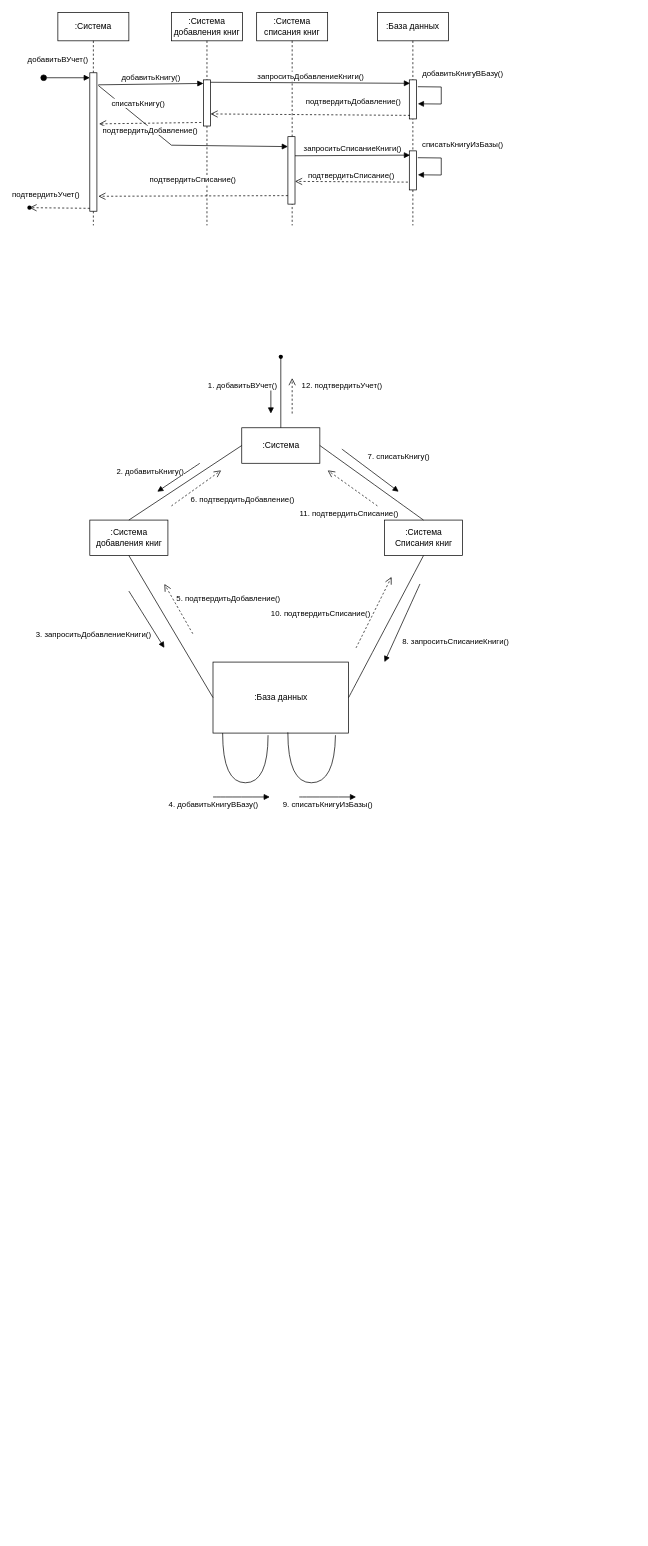
This is Четвертая практика.drawio from sergkhr/VUZsystemModeling, a draw.io file, before an edit. Source tidied: cells renumbered, new cells numbered last; positions are measured from the earlier drawing's top-left corner, leaving out a move shared by most shapes. Both pictures are drawn from the tidied source at 71%, with x=0, y=0 at pixel (15, 12).
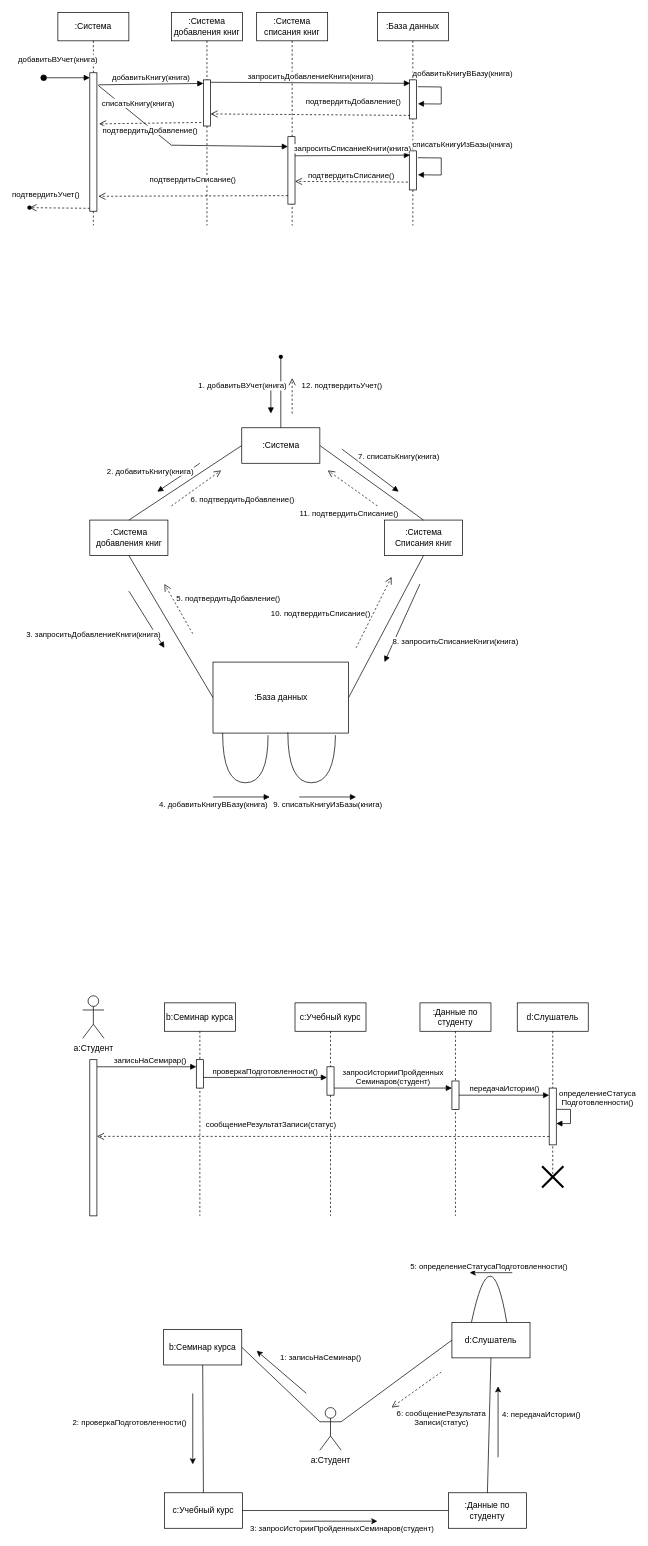
The same page after the edit.

The change refers to these unchanged cells:
```xml
<mxCell id="3" style="html=1;points=[];perimeter=orthogonalPerimeter;" parent="2" vertex="1">
  <mxGeometry x="45" y="85" width="10" height="195" as="geometry" />
</mxCell>
<mxCell id="6" style="html=1;points=[];perimeter=orthogonalPerimeter;" parent="5" vertex="1">
  <mxGeometry x="45" y="95" width="10" height="65" as="geometry" />
</mxCell>
<mxCell id="7" value=":Система списания книг" style="shape=umlLifeline;perimeter=lifelinePerimeter;whiteSpace=wrap;html=1;outlineConnect=0;" parent="1" vertex="1">
  <mxGeometry x="340" width="100" height="300" as="geometry" />
</mxCell>
<mxCell id="8" style="html=1;points=[];perimeter=orthogonalPerimeter;" parent="7" vertex="1">
  <mxGeometry x="44" y="175" width="10" height="95" as="geometry" />
</mxCell>
<mxCell id="11" value=":База данных" style="shape=umlLifeline;perimeter=lifelinePerimeter;whiteSpace=wrap;html=1;" parent="1" vertex="1">
  <mxGeometry x="510" width="100" height="300" as="geometry" />
</mxCell>
<mxCell id="12" style="html=1;points=[];perimeter=orthogonalPerimeter;" parent="11" vertex="1">
  <mxGeometry x="45" y="95" width="10" height="55" as="geometry" />
</mxCell>
<mxCell id="14" style="html=1;points=[];perimeter=orthogonalPerimeter;" parent="11" vertex="1">
  <mxGeometry x="45" y="195" width="10" height="55" as="geometry" />
</mxCell>
```

The edit, as a diff of the source:
```diff
@@
-    <mxCell id="4" value="добавитьВУчет()" style="html=1;verticalAlign=bottom;startArrow=oval;startFill=1;endArrow=block;startSize=8;rounded=0;entryX=0;entryY=0.036;entryDx=0;entryDy=0;entryPerimeter=0;" parent="1" edge="1" target="3">
+    <mxCell id="4" value="добавитьВУчет(книга)" style="html=1;verticalAlign=bottom;startArrow=oval;startFill=1;endArrow=block;startSize=8;rounded=0;entryX=0;entryY=0.036;entryDx=0;entryDy=0;entryPerimeter=0;" parent="1" edge="1" target="3">
       <mxGeometry x="-0.38" y="17" relative="1" as="geometry">
         <mxPoint x="40" y="92" as="sourcePoint" />
       </mxGeometry>
     </mxCell>
@@
-    <mxCell id="9" value="добавитьКнигу()" style="html=1;verticalAlign=bottom;endArrow=block;rounded=0;exitX=1.2;exitY=0.087;exitDx=0;exitDy=0;exitPerimeter=0;entryX=0;entryY=0.077;entryDx=0;entryDy=0;entryPerimeter=0;" parent="1" edge="1" source="3" target="6">
+    <mxCell id="9" value="добавитьКнигу(книга)" style="html=1;verticalAlign=bottom;endArrow=block;rounded=0;exitX=1.2;exitY=0.087;exitDx=0;exitDy=0;exitPerimeter=0;entryX=0;entryY=0.077;entryDx=0;entryDy=0;entryPerimeter=0;" parent="1" edge="1" source="3" target="6">
       <mxGeometry relative="1" as="geometry" />
     </mxCell>
-    <mxCell id="10" value="списатьКнигу()" style="html=1;verticalAlign=bottom;endArrow=block;rounded=0;entryX=0;entryY=0.147;entryDx=0;entryDy=0;entryPerimeter=0;exitX=1.2;exitY=0.092;exitDx=0;exitDy=0;exitPerimeter=0;" parent="1" edge="1" source="3" target="8">
+    <mxCell id="10" value="списатьКнигу(книга)" style="html=1;verticalAlign=bottom;endArrow=block;rounded=0;entryX=0;entryY=0.147;entryDx=0;entryDy=0;entryPerimeter=0;exitX=1.2;exitY=0.092;exitDx=0;exitDy=0;exitPerimeter=0;" parent="1" edge="1" source="3" target="8">
       <mxGeometry x="-0.56" y="9" relative="1" as="geometry">
         <Array as="points">
           <mxPoint x="220" y="187" />
         </Array>
       </mxGeometry>
     </mxCell>
@@
-    <mxCell id="13" value="добавитьКнигуВБазу()" style="html=1;verticalAlign=bottom;endArrow=block;rounded=0;exitX=1.2;exitY=0.175;exitDx=0;exitDy=0;exitPerimeter=0;entryX=1.2;entryY=0.613;entryDx=0;entryDy=0;entryPerimeter=0;" parent="11" edge="1" source="12" target="12">
+    <mxCell id="13" value="добавитьКнигуВБазу(книга)" style="html=1;verticalAlign=bottom;endArrow=block;rounded=0;exitX=1.2;exitY=0.175;exitDx=0;exitDy=0;exitPerimeter=0;entryX=1.2;entryY=0.613;entryDx=0;entryDy=0;entryPerimeter=0;" parent="11" edge="1" source="12" target="12">
       <mxGeometry x="-0.27" y="32" relative="1" as="geometry">
         <Array as="points">
           <mxPoint x="90" y="105" />
           <mxPoint x="90" y="129" />
         </Array>
         <mxPoint x="-2" y="-10" as="offset" />
       </mxGeometry>
     </mxCell>
@@
-    <mxCell id="15" value="списатьКнигуИзБазы()" style="html=1;verticalAlign=bottom;endArrow=block;rounded=0;exitX=1.2;exitY=0.175;exitDx=0;exitDy=0;exitPerimeter=0;entryX=1.2;entryY=0.613;entryDx=0;entryDy=0;entryPerimeter=0;" parent="11" edge="1" source="14" target="14">
+    <mxCell id="15" value="списатьКнигуИзБазы(книга)" style="html=1;verticalAlign=bottom;endArrow=block;rounded=0;exitX=1.2;exitY=0.175;exitDx=0;exitDy=0;exitPerimeter=0;entryX=1.2;entryY=0.613;entryDx=0;entryDy=0;entryPerimeter=0;" parent="11" edge="1" source="14" target="14">
       <mxGeometry x="-0.27" y="32" relative="1" as="geometry">
         <Array as="points">
           <mxPoint x="90" y="205" />
           <mxPoint x="90" y="229" />
         </Array>
         <mxPoint x="-2" y="-10" as="offset" />
       </mxGeometry>
     </mxCell>
-    <mxCell id="16" value="запроситьДобавлениеКниги()" style="html=1;verticalAlign=bottom;endArrow=block;rounded=0;exitX=1;exitY=0.052;exitDx=0;exitDy=0;exitPerimeter=0;entryX=0.1;entryY=0.088;entryDx=0;entryDy=0;entryPerimeter=0;" parent="1" edge="1" source="6" target="12">
+    <mxCell id="16" value="запроситьДобавлениеКниги(книга)" style="html=1;verticalAlign=bottom;endArrow=block;rounded=0;exitX=1;exitY=0.052;exitDx=0;exitDy=0;exitPerimeter=0;entryX=0.1;entryY=0.088;entryDx=0;entryDy=0;entryPerimeter=0;" parent="1" edge="1" source="6" target="12">
       <mxGeometry relative="1" as="geometry" />
     </mxCell>
@@
-    <mxCell id="18" value="запроситьСписаниеКниги()" style="html=1;verticalAlign=bottom;endArrow=block;rounded=0;entryX=0.1;entryY=0.109;entryDx=0;entryDy=0;entryPerimeter=0;exitX=0.54;exitY=0.673;exitDx=0;exitDy=0;exitPerimeter=0;" parent="1" edge="1" source="7" target="14">
+    <mxCell id="18" value="запроситьСписаниеКниги(книга)" style="html=1;verticalAlign=bottom;endArrow=block;rounded=0;entryX=0.1;entryY=0.109;entryDx=0;entryDy=0;entryPerimeter=0;exitX=0.54;exitY=0.673;exitDx=0;exitDy=0;exitPerimeter=0;" parent="1" edge="1" source="7" target="14">
       <mxGeometry relative="1" as="geometry" />
     </mxCell>
@@
-    <mxCell id="27" value="1. добавитьВУчет()" style="html=1;verticalAlign=bottom;endArrow=block;rounded=0;" parent="1" edge="1">
+    <mxCell id="27" value="1. добавитьВУчет(книга)" style="html=1;verticalAlign=bottom;endArrow=block;rounded=0;" parent="1" edge="1">
       <mxGeometry x="-0.5" y="-40" relative="1" as="geometry">
         <mxPoint x="360" y="525" as="sourcePoint" />
         <mxPoint x="360" y="565" as="targetPoint" />
       </mxGeometry>
     </mxCell>
@@
-    <mxCell id="38" value="2. добавитьКнигу()" style="html=1;verticalAlign=bottom;endArrow=block;rounded=0;curved=1;" parent="1" edge="1">
+    <mxCell id="38" value="2. добавитьКнигу(книга)" style="html=1;verticalAlign=bottom;endArrow=block;rounded=0;curved=1;" parent="1" edge="1">
       <mxGeometry x="0.92" y="-22" relative="1" as="geometry">
         <mxPoint x="260" y="635" as="sourcePoint" />
         <mxPoint x="200" y="675" as="targetPoint" />
       </mxGeometry>
     </mxCell>
-    <mxCell id="39" value="3. запроситьДобавлениеКниги()" style="html=1;verticalAlign=bottom;endArrow=block;rounded=0;curved=1;" parent="1" edge="1">
+    <mxCell id="39" value="3. запроситьДобавлениеКниги(книга)" style="html=1;verticalAlign=bottom;endArrow=block;rounded=0;curved=1;" parent="1" edge="1">
       <mxGeometry x="-0.3" y="-79" relative="1" as="geometry">
         <mxPoint x="160" y="815" as="sourcePoint" />
         <mxPoint x="210" y="895" as="targetPoint" />
       </mxGeometry>
     </mxCell>
-    <mxCell id="40" value="4. добавитьКнигуВБазу()" style="html=1;verticalAlign=bottom;endArrow=block;rounded=0;curved=1;" parent="1" edge="1">
+    <mxCell id="40" value="4. добавитьКнигуВБазу(книга)" style="html=1;verticalAlign=bottom;endArrow=block;rounded=0;curved=1;" parent="1" edge="1">
       <mxGeometry x="-1" y="-20" relative="1" as="geometry">
         <mxPoint x="278.5" y="1105" as="sourcePoint" />
         <mxPoint x="358.5" y="1105" as="targetPoint" />
       </mxGeometry>
     </mxCell>
@@
-    <mxCell id="43" value="7. списатьКнигу()" style="html=1;verticalAlign=bottom;endArrow=block;rounded=0;curved=1;" parent="1" edge="1">
+    <mxCell id="43" value="7. списатьКнигу(книга)" style="html=1;verticalAlign=bottom;endArrow=block;rounded=0;curved=1;" parent="1" edge="1">
       <mxGeometry x="0.52" y="32" relative="1" as="geometry">
         <mxPoint x="460" y="615" as="sourcePoint" />
         <mxPoint x="540" y="675" as="targetPoint" />
       </mxGeometry>
     </mxCell>
-    <mxCell id="44" value="8. запроситьСписаниеКниги()" style="html=1;verticalAlign=bottom;endArrow=block;rounded=0;curved=1;" parent="1" edge="1">
+    <mxCell id="44" value="8. запроситьСписаниеКниги(книга)" style="html=1;verticalAlign=bottom;endArrow=block;rounded=0;curved=1;" parent="1" edge="1">
       <mxGeometry x="0.01" y="83" relative="1" as="geometry">
         <mxPoint x="570" y="805" as="sourcePoint" />
         <mxPoint x="520" y="915" as="targetPoint" />
       </mxGeometry>
     </mxCell>
-    <mxCell id="45" value="9. списатьКнигуИзБазы()" style="html=1;verticalAlign=bottom;endArrow=block;rounded=0;curved=1;" parent="1" edge="1">
+    <mxCell id="45" value="9. списатьКнигуИзБазы(книга)" style="html=1;verticalAlign=bottom;endArrow=block;rounded=0;curved=1;" parent="1" edge="1">
       <mxGeometry y="-20" relative="1" as="geometry">
         <mxPoint x="400" y="1105" as="sourcePoint" />
         <mxPoint x="480" y="1105" as="targetPoint" />
       </mxGeometry>
     </mxCell>
@@
+    <mxCell id="48" value="а:Студент" style="shape=umlActor;verticalLabelPosition=bottom;verticalAlign=top;html=1;" parent="1" vertex="1">
+      <mxGeometry x="95" y="1385" width="30" height="60" as="geometry" />
+    </mxCell>
+    <mxCell id="49" style="endArrow=none;dashed=1;html=1;rounded=0;" parent="1" edge="1">
+      <mxGeometry relative="1" as="geometry">
+        <mxPoint x="110" y="1695" as="sourcePoint" />
+        <mxPoint x="110" y="1475" as="targetPoint" />
+      </mxGeometry>
+    </mxCell>
+    <mxCell id="50" style="html=1;perimeter=orthogonalPerimeter;targetShapes=umlLifeline;newEdgeStyle={&quot;edgeStyle&quot;:&quot;elbowEdgeStyle&quot;,&quot;elbow&quot;:&quot;vertical&quot;,&quot;curved&quot;:0,&quot;rounded&quot;:0};" parent="1" vertex="1">
+      <mxGeometry x="105" y="1475" width="10" height="220" as="geometry" />
+    </mxCell>
+    <mxCell id="51" value="b:Семинар курса" style="shape=umlLifeline;perimeter=lifelinePerimeter;whiteSpace=wrap;html=1;newEdgeStyle={&quot;edgeStyle&quot;:&quot;elbowEdgeStyle&quot;,&quot;elbow&quot;:&quot;vertical&quot;,&quot;curved&quot;:0,&quot;rounded&quot;:0};" parent="1" vertex="1">
+      <mxGeometry x="210" y="1395" width="100" height="300" as="geometry" />
+    </mxCell>
+    <mxCell id="52" style="html=1;points=[];perimeter=orthogonalPerimeter;outlineConnect=0;targetShapes=umlLifeline;portConstraint=eastwest;newEdgeStyle={&quot;edgeStyle&quot;:&quot;elbowEdgeStyle&quot;,&quot;elbow&quot;:&quot;vertical&quot;,&quot;curved&quot;:0,&quot;rounded&quot;:0};" parent="51" vertex="1">
+      <mxGeometry x="45" y="80" width="10" height="40" as="geometry" />
+    </mxCell>
+    <mxCell id="53" value="записьНаСемирар()" style="html=1;verticalAlign=bottom;endArrow=block;edgeStyle=elbowEdgeStyle;elbow=vertical;curved=0;rounded=0;" parent="1" edge="1" target="52">
+      <mxGeometry x="0.07" relative="1" as="geometry">
+        <mxPoint x="115" y="1485" as="sourcePoint" />
+        <Array as="points">
+          <mxPoint x="180" y="1485" />
+        </Array>
+      </mxGeometry>
+    </mxCell>
+    <mxCell id="54" value="с:Учебный курс" style="shape=umlLifeline;perimeter=lifelinePerimeter;whiteSpace=wrap;html=1;newEdgeStyle={&quot;edgeStyle&quot;:&quot;elbowEdgeStyle&quot;,&quot;elbow&quot;:&quot;vertical&quot;,&quot;curved&quot;:0,&quot;rounded&quot;:0};" parent="1" vertex="1">
+      <mxGeometry x="394" y="1395" width="100" height="300" as="geometry" />
+    </mxCell>
+    <mxCell id="55" style="html=1;points=[];perimeter=orthogonalPerimeter;outlineConnect=0;targetShapes=umlLifeline;portConstraint=eastwest;newEdgeStyle={&quot;edgeStyle&quot;:&quot;elbowEdgeStyle&quot;,&quot;elbow&quot;:&quot;vertical&quot;,&quot;curved&quot;:0,&quot;rounded&quot;:0};" parent="54" vertex="1">
+      <mxGeometry x="45" y="90" width="10" height="40" as="geometry" />
+    </mxCell>
+    <mxCell id="56" value="проверкаПодготовленности()" style="html=1;verticalAlign=bottom;endArrow=block;edgeStyle=elbowEdgeStyle;elbow=vertical;curved=0;rounded=0;" parent="1" edge="1" source="52" target="55">
+      <mxGeometry relative="1" as="geometry" />
+    </mxCell>
+    <mxCell id="57" value=":Данные по студенту" style="shape=umlLifeline;perimeter=lifelinePerimeter;whiteSpace=wrap;html=1;newEdgeStyle={&quot;edgeStyle&quot;:&quot;elbowEdgeStyle&quot;,&quot;elbow&quot;:&quot;vertical&quot;,&quot;curved&quot;:0,&quot;rounded&quot;:0};" parent="1" vertex="1">
+      <mxGeometry x="570" y="1395" width="100" height="300" as="geometry" />
+    </mxCell>
+    <mxCell id="58" style="html=1;points=[];perimeter=orthogonalPerimeter;outlineConnect=0;targetShapes=umlLifeline;portConstraint=eastwest;newEdgeStyle={&quot;edgeStyle&quot;:&quot;elbowEdgeStyle&quot;,&quot;elbow&quot;:&quot;vertical&quot;,&quot;curved&quot;:0,&quot;rounded&quot;:0};" parent="57" vertex="1">
+      <mxGeometry x="45" y="110" width="10" height="40" as="geometry" />
+    </mxCell>
+    <mxCell id="59" value="запросИсторииПройденных&lt;br&gt;Семинаров(студент)" style="html=1;verticalAlign=bottom;endArrow=block;edgeStyle=elbowEdgeStyle;elbow=vertical;curved=0;rounded=0;" parent="1" edge="1" source="55" target="58">
+      <mxGeometry relative="1" as="geometry" />
+    </mxCell>
+    <mxCell id="60" value="d:Слушатель" style="shape=umlLifeline;perimeter=lifelinePerimeter;whiteSpace=wrap;html=1;newEdgeStyle={&quot;edgeStyle&quot;:&quot;elbowEdgeStyle&quot;,&quot;elbow&quot;:&quot;vertical&quot;,&quot;curved&quot;:0,&quot;rounded&quot;:0};" parent="1" vertex="1">
+      <mxGeometry x="707" y="1395" width="100" height="250" as="geometry" />
+    </mxCell>
+    <mxCell id="61" style="html=1;points=[];perimeter=orthogonalPerimeter;outlineConnect=0;targetShapes=umlLifeline;portConstraint=eastwest;newEdgeStyle={&quot;edgeStyle&quot;:&quot;elbowEdgeStyle&quot;,&quot;elbow&quot;:&quot;vertical&quot;,&quot;curved&quot;:0,&quot;rounded&quot;:0};" parent="60" vertex="1">
+      <mxGeometry x="45" y="120" width="10" height="80" as="geometry" />
+    </mxCell>
+    <mxCell id="62" value="определениеСтатуса&lt;br&gt;Подготовленности()" style="html=1;verticalAlign=bottom;endArrow=block;edgeStyle=elbowEdgeStyle;elbow=vertical;curved=0;rounded=0;" parent="60" edge="1" source="61" target="61">
+      <mxGeometry x="-0.33" y="38" relative="1" as="geometry" />
+    </mxCell>
+    <mxCell id="63" style="shape=umlDestroy;whiteSpace=wrap;html=1;strokeWidth=3;targetShapes=umlLifeline;" parent="60" vertex="1">
+      <mxGeometry x="35" y="230" width="30" height="30" as="geometry" />
+    </mxCell>
+    <mxCell id="64" value="передачаИстории()" style="html=1;verticalAlign=bottom;endArrow=block;edgeStyle=elbowEdgeStyle;elbow=vertical;curved=0;rounded=0;" parent="1" edge="1" source="58" target="61">
+      <mxGeometry relative="1" as="geometry">
+        <Array as="points">
+          <mxPoint x="760" y="1529" />
+        </Array>
+      </mxGeometry>
+    </mxCell>
+    <mxCell id="65" value="сообщениеРезультатЗаписи(статус)" style="html=1;verticalAlign=bottom;endArrow=open;dashed=1;endSize=8;edgeStyle=elbowEdgeStyle;elbow=vertical;curved=0;rounded=0;" parent="1" edge="1">
+      <mxGeometry x="0.23" y="-8" relative="1" as="geometry">
+        <mxPoint x="752" y="1583.2" as="sourcePoint" />
+        <mxPoint x="115" y="1583.2" as="targetPoint" />
+      </mxGeometry>
+    </mxCell>
+    <mxCell id="66" value="а:Студент" style="shape=umlActor;verticalLabelPosition=bottom;verticalAlign=top;html=1;" parent="1" vertex="1">
+      <mxGeometry x="429" y="1965" width="30" height="60" as="geometry" />
+    </mxCell>
+    <mxCell id="67" value="b:Семинар курса" style="html=1;whiteSpace=wrap;" parent="1" vertex="1">
+      <mxGeometry x="209" y="1855" width="110" height="50" as="geometry" />
+    </mxCell>
+    <mxCell id="68" value="с:Учебный курс" style="html=1;whiteSpace=wrap;" parent="1" vertex="1">
+      <mxGeometry x="210" y="2085" width="110" height="50" as="geometry" />
+    </mxCell>
+    <mxCell id="69" value=":Данные по студенту" style="html=1;whiteSpace=wrap;" parent="1" vertex="1">
+      <mxGeometry x="610" y="2085" width="110" height="50" as="geometry" />
+    </mxCell>
+    <mxCell id="70" value="d:Слушатель" style="html=1;whiteSpace=wrap;" parent="1" vertex="1">
+      <mxGeometry x="615" y="1845" width="110" height="50" as="geometry" />
+    </mxCell>
+    <mxCell id="71" style="endArrow=none;html=1;rounded=0;exitX=1;exitY=0.5;exitDx=0;exitDy=0;entryX=0;entryY=0.3333333333333333;entryDx=0;entryDy=0;entryPerimeter=0;" parent="1" edge="1" source="67" target="66">
+      <mxGeometry relative="1" as="geometry" />
+    </mxCell>
+    <mxCell id="72" style="endArrow=none;html=1;rounded=0;exitX=0.5;exitY=1;exitDx=0;exitDy=0;entryX=0.5;entryY=0;entryDx=0;entryDy=0;" parent="1" edge="1" source="67" target="68">
+      <mxGeometry relative="1" as="geometry" />
+    </mxCell>
+    <mxCell id="73" style="endArrow=none;html=1;rounded=0;exitX=0;exitY=0.5;exitDx=0;exitDy=0;entryX=1;entryY=0.5;entryDx=0;entryDy=0;" parent="1" edge="1" source="69" target="68">
+      <mxGeometry relative="1" as="geometry" />
+    </mxCell>
+    <mxCell id="74" style="endArrow=none;html=1;rounded=0;exitX=0.5;exitY=0;exitDx=0;exitDy=0;entryX=0.5;entryY=1;entryDx=0;entryDy=0;" parent="1" edge="1" source="69" target="70">
+      <mxGeometry relative="1" as="geometry" />
+    </mxCell>
+    <mxCell id="75" style="endArrow=none;html=1;rounded=0;exitX=1;exitY=0.3333333333333333;exitDx=0;exitDy=0;entryX=0;entryY=0.5;entryDx=0;entryDy=0;exitPerimeter=0;" parent="1" edge="1" source="66" target="70">
+      <mxGeometry relative="1" as="geometry" />
+    </mxCell>
+    <mxCell id="76" style="endArrow=none;html=1;rounded=0;exitX=0.25;exitY=0;exitDx=0;exitDy=0;entryX=0.702;entryY=-0.007;entryDx=0;entryDy=0;entryPerimeter=0;edgeStyle=orthogonalEdgeStyle;curved=1;" parent="1" edge="1" source="70" target="70">
+      <mxGeometry relative="1" as="geometry">
+        <Array as="points">
+          <mxPoint x="670" y="1715" />
+        </Array>
+      </mxGeometry>
+    </mxCell>
+    <mxCell id="77" style="endArrow=classic;html=1;rounded=0;" parent="1" edge="1">
+      <mxGeometry relative="1" as="geometry">
+        <mxPoint x="410" y="1945" as="sourcePoint" />
+        <mxPoint x="340" y="1885" as="targetPoint" />
+      </mxGeometry>
+    </mxCell>
+    <mxCell id="78" value="1: записьНаСеминар()" style="edgeLabel;html=1;align=center;verticalAlign=middle;" parent="77" vertex="1">
+      <mxGeometry x="-0.18" relative="1" as="geometry">
+        <mxPoint x="48" y="-26" as="offset" />
+      </mxGeometry>
+    </mxCell>
+    <mxCell id="79" style="endArrow=classic;html=1;rounded=0;" parent="1" edge="1">
+      <mxGeometry relative="1" as="geometry">
+        <mxPoint x="250" y="1945" as="sourcePoint" />
+        <mxPoint x="250" y="2045" as="targetPoint" />
+      </mxGeometry>
+    </mxCell>
+    <mxCell id="80" value="2: проверкаПодготовленности()" style="edgeLabel;html=1;align=center;verticalAlign=middle;" parent="79" vertex="1">
+      <mxGeometry x="0.33" relative="1" as="geometry">
+        <mxPoint x="-90" y="-27" as="offset" />
+      </mxGeometry>
+    </mxCell>
+    <mxCell id="81" style="endArrow=classic;html=1;rounded=0;" parent="1" edge="1">
+      <mxGeometry relative="1" as="geometry">
+        <mxPoint x="400" y="2125" as="sourcePoint" />
+        <mxPoint x="510" y="2125" as="targetPoint" />
+      </mxGeometry>
+    </mxCell>
+    <mxCell id="82" value="3: запросИсторииПройденныхСеминаров(студент)" style="edgeLabel;html=1;align=center;verticalAlign=middle;" parent="81" vertex="1">
+      <mxGeometry x="-0.32" relative="1" as="geometry">
+        <mxPoint x="22" y="10" as="offset" />
+      </mxGeometry>
+    </mxCell>
+    <mxCell id="83" style="endArrow=classic;html=1;rounded=0;" parent="1" edge="1">
+      <mxGeometry relative="1" as="geometry">
+        <mxPoint x="680" y="2035" as="sourcePoint" />
+        <mxPoint x="680" y="1935" as="targetPoint" />
+      </mxGeometry>
+    </mxCell>
+    <mxCell id="84" value="4: передачаИстории()" style="edgeLabel;html=1;align=center;verticalAlign=middle;" parent="83" vertex="1">
+      <mxGeometry x="-0.33" y="1" relative="1" as="geometry">
+        <mxPoint x="61" y="-27" as="offset" />
+      </mxGeometry>
+    </mxCell>
+    <mxCell id="85" style="endArrow=classic;html=1;rounded=0;" parent="1" edge="1">
+      <mxGeometry relative="1" as="geometry">
+        <mxPoint x="700" y="1775" as="sourcePoint" />
+        <mxPoint x="640" y="1775" as="targetPoint" />
+      </mxGeometry>
+    </mxCell>
+    <mxCell id="86" value="5: определениеСтатусаПодготовленности()" style="edgeLabel;html=1;align=center;verticalAlign=middle;" parent="85" vertex="1">
+      <mxGeometry x="0.31" y="1" relative="1" as="geometry">
+        <mxPoint x="5" y="-11" as="offset" />
+      </mxGeometry>
+    </mxCell>
+    <mxCell id="87" value="6: сообщениеРезультата&lt;br&gt;Записи(статус)" style="html=1;verticalAlign=bottom;endArrow=open;dashed=1;endSize=8;rounded=0;curved=1;" parent="1" edge="1">
+      <mxGeometry x="0.08" y="65" relative="1" as="geometry">
+        <mxPoint x="600" y="1915" as="sourcePoint" />
+        <mxPoint x="530" y="1965" as="targetPoint" />
+      </mxGeometry>
+    </mxCell>
```
